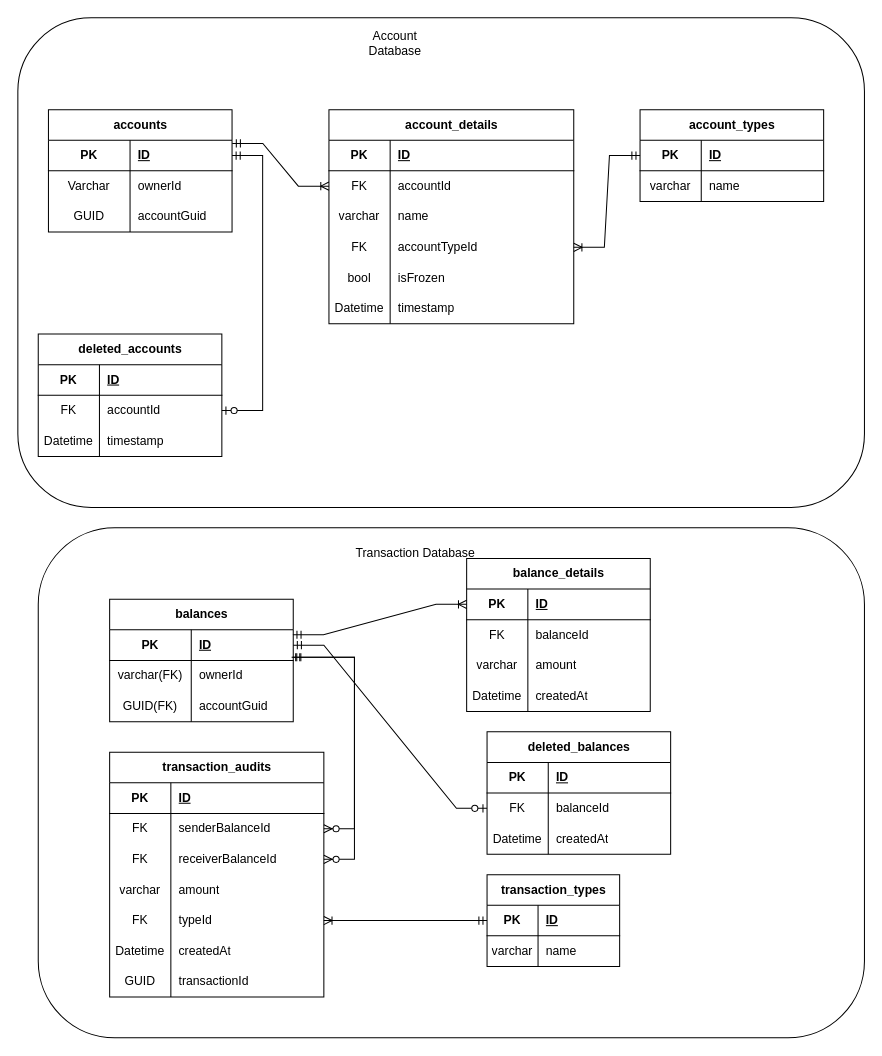
Above: docs/diagrams/er-diagrams.drawio in Team-HABO/habo-banking (draw.io), before the change. Source tidied: cells renumbered, new cells numbered last; positions are measured from the earlier drawing's top-left corner, leaving out a move shared by most shapes. Both pictures are drawn from the tidied source at 102%, with x=0, y=0 at pixel (17, 17).
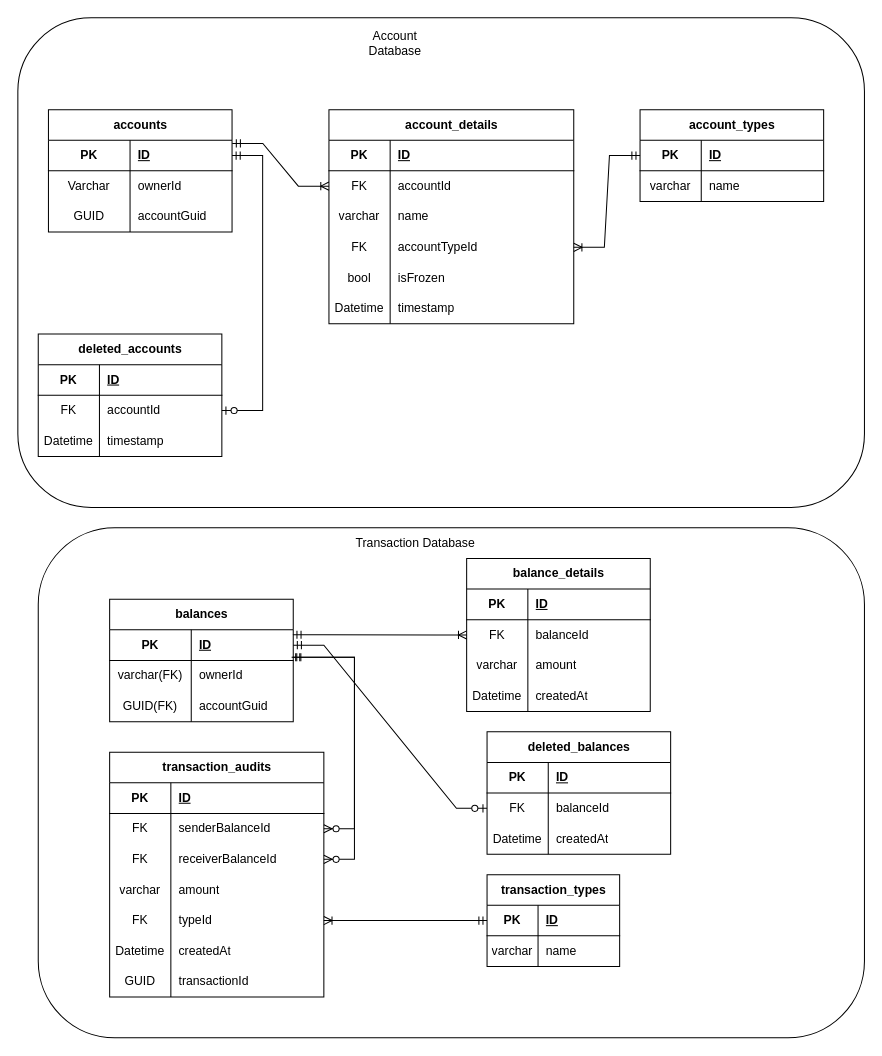
After the change.

Unchanged cells that the change refers to:
```xml
<mxCell id="52" style="shape=tableRow;horizontal=0;startSize=0;swimlaneHead=0;swimlaneBody=0;fillColor=none;points=[[0,0.5],[1,0.5]];portConstraint=eastwest;top=0;left=0;right=0;bottom=1;" parent="51" vertex="1">
  <mxGeometry y="30" width="180" height="30" as="geometry" />
</mxCell>
<mxCell id="62" style="shape=tableRow;horizontal=0;startSize=0;swimlaneHead=0;swimlaneBody=0;fillColor=none;points=[[0,0.5],[1,0.5]];portConstraint=eastwest;top=0;left=0;right=0;bottom=1;" parent="61" vertex="1">
  <mxGeometry y="30" width="180" height="30" as="geometry" />
</mxCell>
<mxCell id="65" style="shape=tableRow;horizontal=0;startSize=0;swimlaneHead=0;swimlaneBody=0;fillColor=none;points=[[0,0.5],[1,0.5]];portConstraint=eastwest;top=0;left=0;right=0;bottom=0;" parent="61" vertex="1">
  <mxGeometry y="60" width="180" height="30" as="geometry" />
</mxCell>
```

Diff of the diagram source:
```diff
@@
     <mxCell id="106" value="Transaction Database" style="text;html=1;whiteSpace=wrap;strokeColor=none;fillColor=none;align=center;verticalAlign=middle;rounded=0;" parent="1" vertex="1">
-      <mxGeometry x="330" y="510" width="120" height="30" as="geometry" />
+      <mxGeometry x="330" y="500" width="120" height="30" as="geometry" />
     </mxCell>
@@
-    <mxCell id="117" style="edgeStyle=entityRelationEdgeStyle;fontSize=12;html=1;endArrow=ERoneToMany;startArrow=ERmandOne;rounded=0;exitX=0.998;exitY=0.159;exitDx=0;exitDy=0;entryX=0;entryY=0.5;entryDx=0;entryDy=0;exitPerimeter=0;" parent="1" edge="1" source="52" target="62">
+    <mxCell id="117" style="edgeStyle=entityRelationEdgeStyle;fontSize=12;html=1;endArrow=ERoneToMany;startArrow=ERmandOne;rounded=0;exitX=0.998;exitY=0.159;exitDx=0;exitDy=0;entryX=0;entryY=0.5;entryDx=0;entryDy=0;exitPerimeter=0;" parent="1" edge="1" source="52" target="65">
       <mxGeometry relative="1" as="geometry" />
     </mxCell>
```
